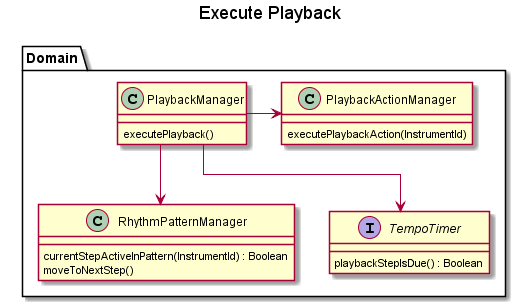
Earlier version of the PlantUML export doc/plantuml/img/class_diagrams/execute_playback.png (Warwolt/tr2k_drum_machine). Source of this version:
```plantuml
@startuml

skinparam linetype ortho

title Execute Playback



Package "Domain"
{
	class PlaybackManager
	{
		executePlayback()
	}

	class RhythmPatternManager
	{
		currentStepActiveInPattern(InstrumentId) : Boolean
		moveToNextStep()
	}

	class PlaybackActionManager
	{
		executePlaybackAction(InstrumentId)
	}

	interface TempoTimer
	{
		playbackStepIsDue() : Boolean
	}
}


PlaybackManager --> TempoTimer
PlaybackManager --> RhythmPatternManager
PlaybackManager -right-> PlaybackActionManager

@enduml
```
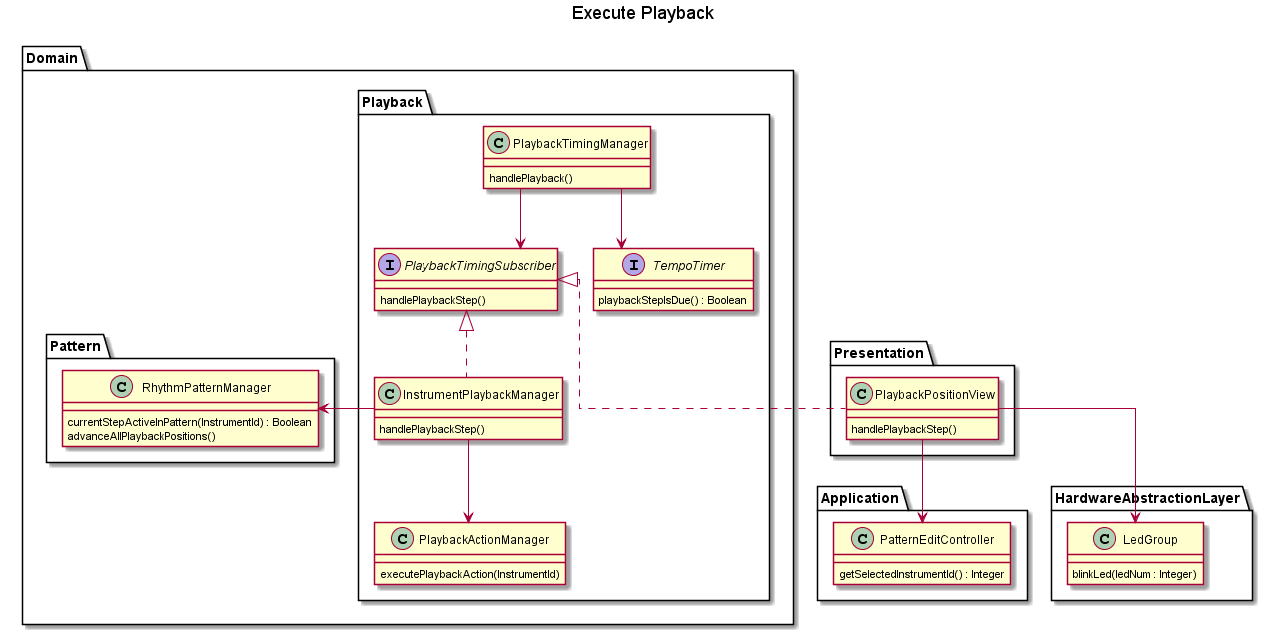
The same diagram one commit later.

Commit message:
Add more UML diagrams for playback execution

Diff of the diagram source:
```diff
@@ -6,33 +6,81 @@
 
 
 
+Package "Presentation"
+{
+	class PlaybackPositionView
+	{
+		handlePlaybackStep()
+	}
+}
+
+Package "Application"
+{
+	class PatternEditController
+	{
+		getSelectedInstrumentId() : Integer
+	}
+}
+
 Package "Domain"
 {
-	class PlaybackManager
+	Package "Playback"
 	{
-		executePlayback()
+		class PlaybackTimingManager
+		{
+			handlePlayback()
+		}
+
+		interface PlaybackTimingSubscriber
+		{
+			handlePlaybackStep()
+		}
+
+		class InstrumentPlaybackManager
+		{
+			handlePlaybackStep()
+		}
+
+		interface TempoTimer
+		{
+			playbackStepIsDue() : Boolean
+		}
+
+		class PlaybackActionManager
+		{
+			executePlaybackAction(InstrumentId)
+		}
 	}
 
-	class RhythmPatternManager
+	Package "Pattern"
 	{
-		currentStepActiveInPattern(InstrumentId) : Boolean
-		moveToNextStep()
+		class RhythmPatternManager
+		{
+			currentStepActiveInPattern(InstrumentId) : Boolean
+			advanceAllPlaybackPositions()
+		}
 	}
+}
 
-	class PlaybackActionManager
+Package "HardwareAbstractionLayer"
+{
+	class LedGroup
 	{
-		executePlaybackAction(InstrumentId)
-	}
-
-	interface TempoTimer
-	{
-		playbackStepIsDue() : Boolean
+		blinkLed(ledNum : Integer)
 	}
 }
 
 
-PlaybackManager --> TempoTimer
-PlaybackManager --> RhythmPatternManager
-PlaybackManager -right-> PlaybackActionManager
+PlaybackTimingManager --> TempoTimer
+PlaybackTimingManager --> PlaybackTimingSubscriber
+
+PlaybackTimingSubscriber <|.. InstrumentPlaybackManager
+PlaybackTimingSubscriber <|.. PlaybackPositionView
+
+InstrumentPlaybackManager -left-> RhythmPatternManager
+InstrumentPlaybackManager --> PlaybackActionManager
+
+PlaybackPositionView --> PatternEditController
+PlaybackPositionView --> LedGroup
 
 @enduml
```
